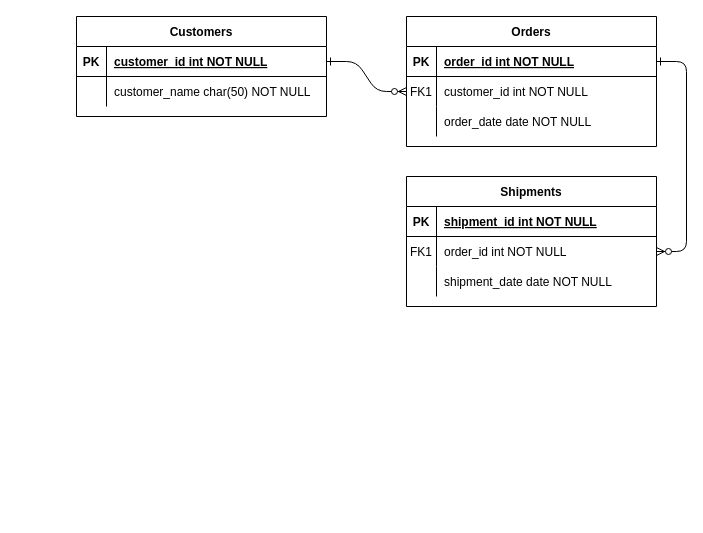
Earlier version of the draw.io diagram ERD.drawio (jacupan/e-commerce). Source tidied: cells renumbered, new cells numbered last; positions are measured from the earlier drawing's top-left corner, leaving out a move shared by most shapes. Both pictures are drawn from the tidied source at 100%, with x=0, y=0 at pixel (76, 16).
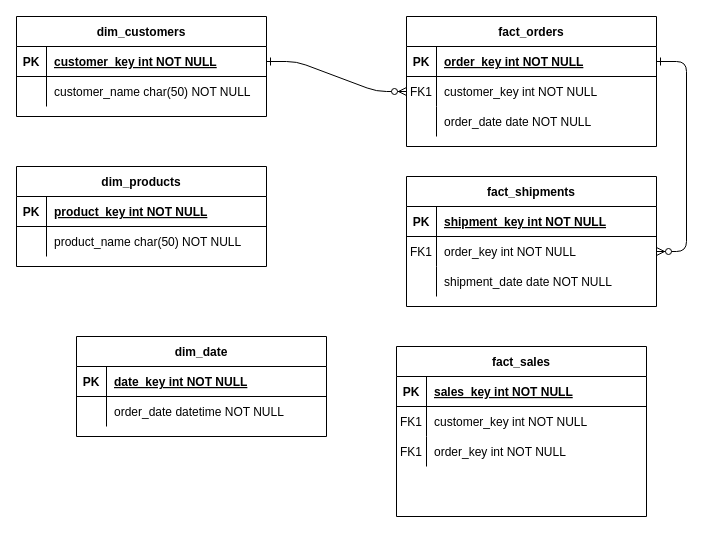
The same page after the edit.

The change refers to these unchanged cells:
```xml
<mxCell id="5" style="shape=partialRectangle;fillColor=none;points=[[0,0.5],[1,0.5]];portConstraint=eastwest;top=0;left=0;right=0;bottom=1;" parent="4" vertex="1">
  <mxGeometry y="30" width="250" height="30" as="geometry" />
</mxCell>
<mxCell id="8" style="shape=partialRectangle;fillColor=none;points=[[0,0.5],[1,0.5]];portConstraint=eastwest;top=0;left=0;right=0;bottom=0;" parent="4" vertex="1">
  <mxGeometry y="60" width="250" height="30" as="geometry" />
</mxCell>
<mxCell id="15" style="shape=partialRectangle;fillColor=none;top=0;left=0;right=0;bottom=1;" parent="14" vertex="1">
  <mxGeometry y="30" width="250" height="30" as="geometry" />
</mxCell>
<mxCell id="18" style="shape=partialRectangle;fillColor=none;points=[[0,0.5],[1,0.5]];portConstraint=eastwest;top=0;left=0;right=0;bottom=0;" parent="14" vertex="1">
  <mxGeometry y="60" width="250" height="30" as="geometry" />
</mxCell>
<mxCell id="25" style="shape=partialRectangle;fillColor=none;points=[[0,0.5],[1,0.5]];portConstraint=eastwest;top=0;left=0;right=0;bottom=1;" parent="24" vertex="1">
  <mxGeometry y="30" width="250" height="30" as="geometry" />
</mxCell>
```

What changed in the source:
```diff
@@
-    <mxCell id="4" value="Orders" style="shape=table;startSize=30;childLayout=tableLayout;rowLines=0;fontStyle=1;align=center;" parent="1" vertex="1">
+    <mxCell id="4" value="fact_orders" style="shape=table;startSize=30;childLayout=tableLayout;rowLines=0;fontStyle=1;align=center;" parent="1" vertex="1">
       <mxGeometry x="330" width="250" height="130" as="geometry" />
     </mxCell>
@@
-    <mxCell id="7" value="order_id int NOT NULL " style="shape=partialRectangle;overflow=hidden;fillColor=none;top=0;left=0;bottom=0;right=0;align=left;spacingLeft=6;fontStyle=5;" parent="5" vertex="1">
+    <mxCell id="7" value="order_key int NOT NULL " style="shape=partialRectangle;overflow=hidden;fillColor=none;top=0;left=0;bottom=0;right=0;align=left;spacingLeft=6;fontStyle=5;" parent="5" vertex="1">
       <mxGeometry x="30" width="220" height="30" as="geometry" />
     </mxCell>
@@
-    <mxCell id="10" value="customer_id int NOT NULL" style="shape=partialRectangle;overflow=hidden;fillColor=none;top=0;left=0;bottom=0;right=0;align=left;spacingLeft=6;" parent="8" vertex="1">
+    <mxCell id="10" value="customer_key int NOT NULL" style="shape=partialRectangle;overflow=hidden;fillColor=none;top=0;left=0;bottom=0;right=0;align=left;spacingLeft=6;" parent="8" vertex="1">
       <mxGeometry x="30" width="220" height="30" as="geometry" />
     </mxCell>
@@
-    <mxCell id="14" value="Shipments" style="shape=table;startSize=30;childLayout=tableLayout;rowLines=0;fontStyle=1;align=center;" parent="1" vertex="1">
+    <mxCell id="14" value="fact_shipments" style="shape=table;startSize=30;childLayout=tableLayout;rowLines=0;fontStyle=1;align=center;" parent="1" vertex="1">
       <mxGeometry x="330" y="160" width="250" height="130" as="geometry" />
     </mxCell>
@@
-    <mxCell id="17" value="shipment_id int NOT NULL " style="shape=partialRectangle;overflow=hidden;fillColor=none;top=0;left=0;bottom=0;right=0;align=left;spacingLeft=6;fontStyle=5;" parent="15" vertex="1">
+    <mxCell id="17" value="shipment_key int NOT NULL " style="shape=partialRectangle;overflow=hidden;fillColor=none;top=0;left=0;bottom=0;right=0;align=left;spacingLeft=6;fontStyle=5;" parent="15" vertex="1">
       <mxGeometry x="30" width="220" height="30" as="geometry" />
     </mxCell>
@@
-    <mxCell id="20" value="order_id int NOT NULL" style="shape=partialRectangle;overflow=hidden;fillColor=none;top=0;left=0;bottom=0;right=0;align=left;spacingLeft=6;" parent="18" vertex="1">
+    <mxCell id="20" value="order_key int NOT NULL" style="shape=partialRectangle;overflow=hidden;fillColor=none;top=0;left=0;bottom=0;right=0;align=left;spacingLeft=6;" parent="18" vertex="1">
       <mxGeometry x="30" width="220" height="30" as="geometry" />
     </mxCell>
@@
-    <mxCell id="24" value="Customers" style="shape=table;startSize=30;childLayout=tableLayout;rowLines=0;fontStyle=1;align=center;" parent="1" vertex="1">
-      <mxGeometry width="250" height="100" as="geometry" />
+    <mxCell id="24" value="dim_customers" style="shape=table;startSize=30;childLayout=tableLayout;rowLines=0;fontStyle=1;align=center;" parent="1" vertex="1">
+      <mxGeometry x="-60" width="250" height="100" as="geometry" />
     </mxCell>
@@
-    <mxCell id="27" value="customer_id int NOT NULL " style="shape=partialRectangle;overflow=hidden;fillColor=none;top=0;left=0;bottom=0;right=0;align=left;spacingLeft=6;fontStyle=5;" parent="25" vertex="1">
+    <mxCell id="27" value="customer_key int NOT NULL " style="shape=partialRectangle;overflow=hidden;fillColor=none;top=0;left=0;bottom=0;right=0;align=left;spacingLeft=6;fontStyle=5;" parent="25" vertex="1">
       <mxGeometry x="30" width="220" height="30" as="geometry" />
     </mxCell>
@@
+    <mxCell id="31" value="dim_products" style="shape=table;startSize=30;childLayout=tableLayout;rowLines=0;fontStyle=1;align=center;" parent="1" vertex="1">
+      <mxGeometry x="-60" y="150" width="250" height="100" as="geometry" />
+    </mxCell>
+    <mxCell id="32" style="shape=partialRectangle;fillColor=none;top=0;left=0;right=0;bottom=1;" parent="31" vertex="1">
+      <mxGeometry y="30" width="250" height="30" as="geometry" />
+    </mxCell>
+    <mxCell id="33" value="PK" style="shape=partialRectangle;overflow=hidden;fillColor=none;top=0;left=0;bottom=0;right=0;fontStyle=1;" parent="32" vertex="1">
+      <mxGeometry width="30" height="30" as="geometry" />
+    </mxCell>
+    <mxCell id="34" value="product_key int NOT NULL " style="shape=partialRectangle;overflow=hidden;fillColor=none;top=0;left=0;bottom=0;right=0;align=left;spacingLeft=6;fontStyle=5;" parent="32" vertex="1">
+      <mxGeometry x="30" width="220" height="30" as="geometry" />
+    </mxCell>
+    <mxCell id="35" style="shape=partialRectangle;fillColor=none;top=0;left=0;right=0;bottom=0;" parent="31" vertex="1">
+      <mxGeometry y="60" width="250" height="30" as="geometry" />
+    </mxCell>
+    <mxCell id="36" style="shape=partialRectangle;overflow=hidden;fillColor=none;top=0;left=0;bottom=0;right=0;" parent="35" vertex="1">
+      <mxGeometry width="30" height="30" as="geometry" />
+    </mxCell>
+    <mxCell id="37" value="product_name char(50) NOT NULL" style="shape=partialRectangle;overflow=hidden;fillColor=none;top=0;left=0;bottom=0;right=0;align=left;spacingLeft=6;" parent="35" vertex="1">
+      <mxGeometry x="30" width="220" height="30" as="geometry" />
+    </mxCell>
+    <mxCell id="38" value="dim_date" style="shape=table;startSize=30;childLayout=tableLayout;rowLines=0;fontStyle=1;align=center;" parent="1" vertex="1">
+      <mxGeometry y="320" width="250" height="100" as="geometry" />
+    </mxCell>
+    <mxCell id="39" style="shape=partialRectangle;fillColor=none;top=0;left=0;right=0;bottom=1;" parent="38" vertex="1">
+      <mxGeometry y="30" width="250" height="30" as="geometry" />
+    </mxCell>
+    <mxCell id="40" value="PK" style="shape=partialRectangle;overflow=hidden;fillColor=none;top=0;left=0;bottom=0;right=0;fontStyle=1;" parent="39" vertex="1">
+      <mxGeometry width="30" height="30" as="geometry" />
+    </mxCell>
+    <mxCell id="41" value="date_key int NOT NULL " style="shape=partialRectangle;overflow=hidden;fillColor=none;top=0;left=0;bottom=0;right=0;align=left;spacingLeft=6;fontStyle=5;" parent="39" vertex="1">
+      <mxGeometry x="30" width="220" height="30" as="geometry" />
+    </mxCell>
+    <mxCell id="42" style="shape=partialRectangle;fillColor=none;top=0;left=0;right=0;bottom=0;" parent="38" vertex="1">
+      <mxGeometry y="60" width="250" height="30" as="geometry" />
+    </mxCell>
+    <mxCell id="43" style="shape=partialRectangle;overflow=hidden;fillColor=none;top=0;left=0;bottom=0;right=0;" parent="42" vertex="1">
+      <mxGeometry width="30" height="30" as="geometry" />
+    </mxCell>
+    <mxCell id="44" value="order_date datetime NOT NULL" style="shape=partialRectangle;overflow=hidden;fillColor=none;top=0;left=0;bottom=0;right=0;align=left;spacingLeft=6;" parent="42" vertex="1">
+      <mxGeometry x="30" width="220" height="30" as="geometry" />
+    </mxCell>
+    <mxCell id="45" value="fact_sales" style="shape=table;startSize=30;childLayout=tableLayout;rowLines=0;fontStyle=1;align=center;" parent="1" vertex="1">
+      <mxGeometry x="320" y="330" width="250" height="170" as="geometry" />
+    </mxCell>
+    <mxCell id="46" style="shape=partialRectangle;fillColor=none;top=0;left=0;right=0;bottom=1;" parent="45" vertex="1">
+      <mxGeometry y="30" width="250" height="30" as="geometry" />
+    </mxCell>
+    <mxCell id="47" value="PK" style="shape=partialRectangle;overflow=hidden;fillColor=none;top=0;left=0;bottom=0;right=0;fontStyle=1;" parent="46" vertex="1">
+      <mxGeometry width="30" height="30" as="geometry" />
+    </mxCell>
+    <mxCell id="48" value="sales_key int NOT NULL " style="shape=partialRectangle;overflow=hidden;fillColor=none;top=0;left=0;bottom=0;right=0;align=left;spacingLeft=6;fontStyle=5;" parent="46" vertex="1">
+      <mxGeometry x="30" width="220" height="30" as="geometry" />
+    </mxCell>
+    <mxCell id="49" style="shape=partialRectangle;fillColor=none;top=0;left=0;right=0;bottom=0;" parent="45" vertex="1">
+      <mxGeometry y="60" width="250" height="30" as="geometry" />
+    </mxCell>
+    <mxCell id="50" value="FK1" style="shape=partialRectangle;overflow=hidden;fillColor=none;top=0;left=0;bottom=0;right=0;" parent="49" vertex="1">
+      <mxGeometry width="30" height="30" as="geometry" />
+    </mxCell>
+    <mxCell id="51" value="customer_key int NOT NULL" style="shape=partialRectangle;overflow=hidden;fillColor=none;top=0;left=0;bottom=0;right=0;align=left;spacingLeft=6;" parent="49" vertex="1">
+      <mxGeometry x="30" width="220" height="30" as="geometry" />
+    </mxCell>
+    <mxCell id="52" style="shape=partialRectangle;fillColor=none;top=0;left=0;right=0;bottom=0;" parent="45" vertex="1">
+      <mxGeometry y="90" width="250" height="30" as="geometry" />
+    </mxCell>
+    <mxCell id="53" style="shape=partialRectangle;overflow=hidden;fillColor=none;top=0;left=0;bottom=0;right=0;" parent="52" vertex="1">
+      <mxGeometry width="30" height="30" as="geometry" />
+    </mxCell>
+    <mxCell id="54" value="order_key int NOT NULL" style="shape=partialRectangle;overflow=hidden;fillColor=none;top=0;left=0;bottom=0;right=0;align=left;spacingLeft=6;" parent="52" vertex="1">
+      <mxGeometry x="30" width="220" height="30" as="geometry" />
+    </mxCell>
+    <mxCell id="55" value="FK1" style="shape=partialRectangle;overflow=hidden;fillColor=none;top=0;left=0;bottom=0;right=0;" parent="1" vertex="1">
+      <mxGeometry x="320" y="420" width="30" height="30" as="geometry" />
+    </mxCell>
```
